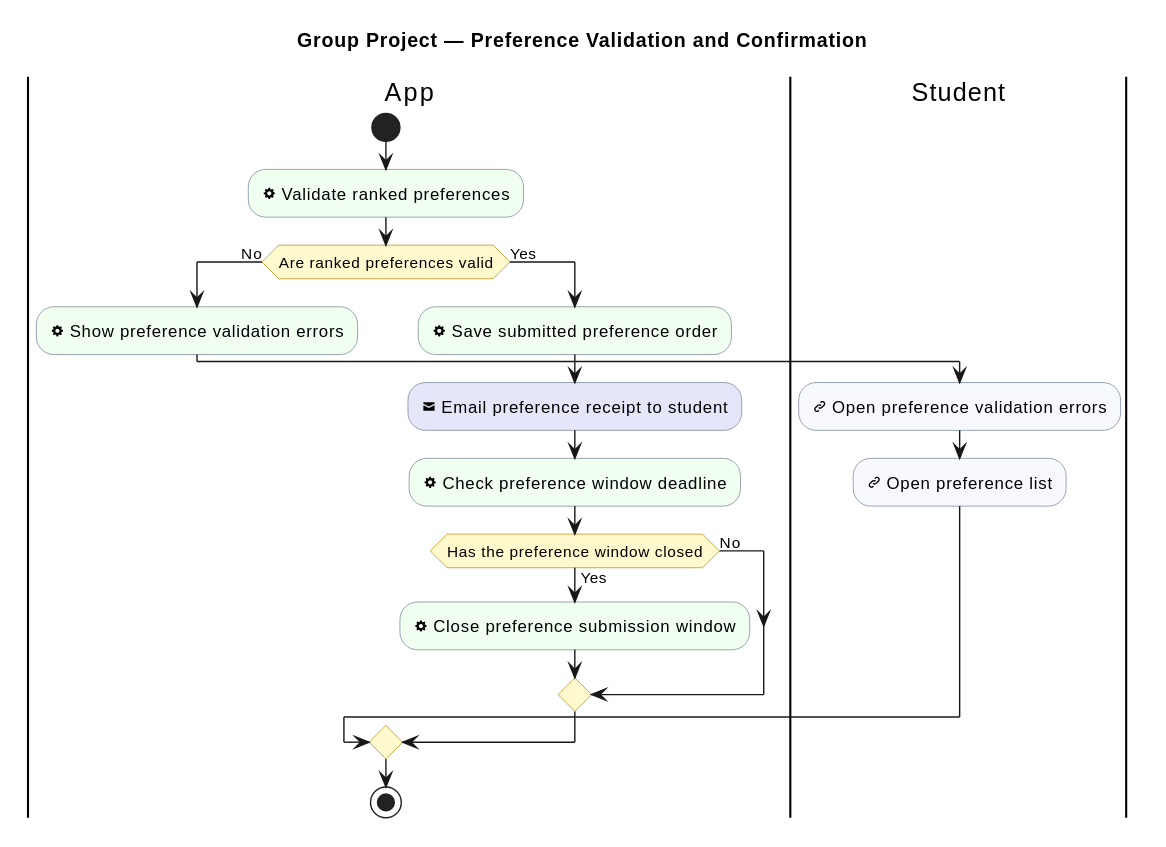
Before: industrial-placement-group-project/diagrams/group-project/preference-validation-and-confirmation.svg, a diagram exported from PlantUML (sdflkjssl/sdflkjssl.github.io).
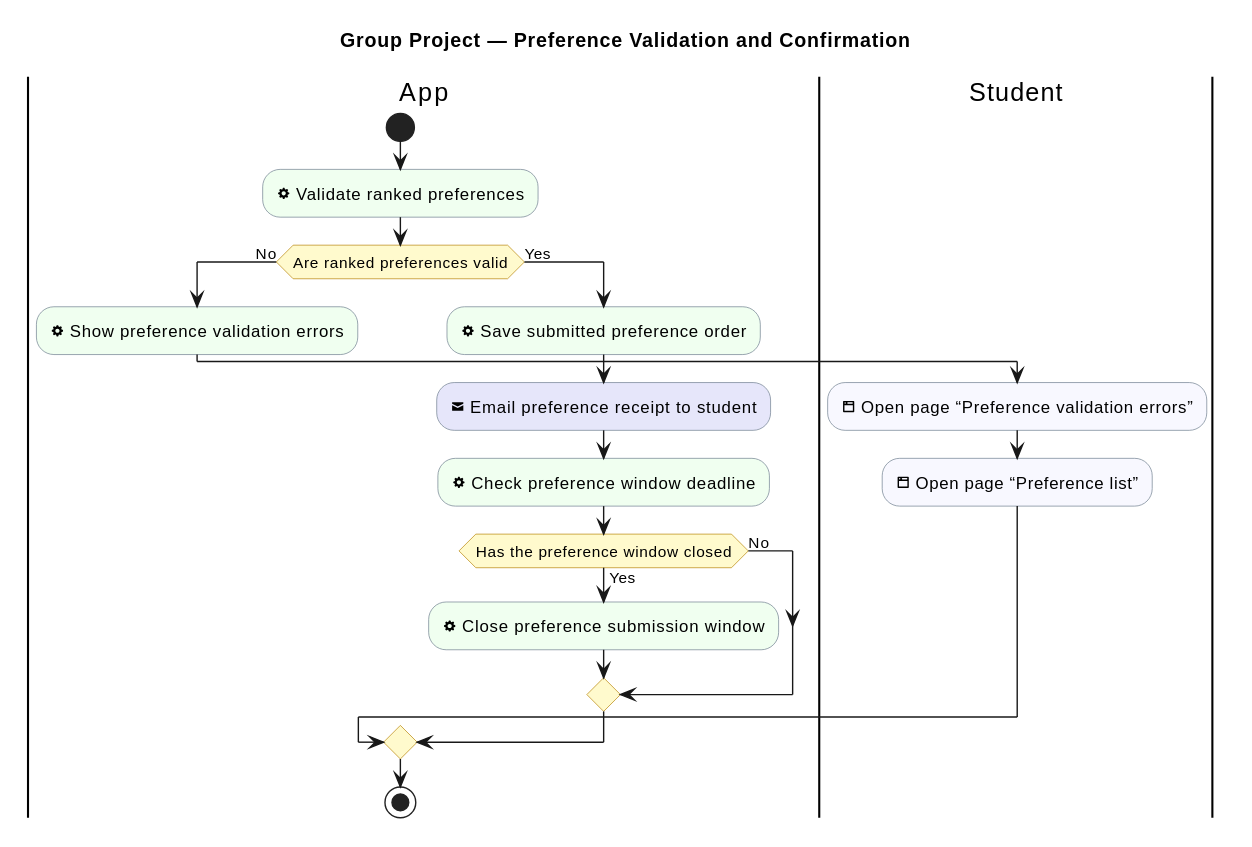
After the change.

What changed in the source:
```diff
@@ -16,8 +16,8 @@
 if (Are ranked preferences valid) then (No)
   :<&cog> Show preference validation errors; <<#HoneyDew>>
   |Student|
-  :<&link-intact> Open preference validation errors; <<#GhostWhite>>
-  :<&link-intact> Open preference list; <<#GhostWhite>>
+  :<&browser> Open page “Preference validation errors”; <<#GhostWhite>>
+  :<&browser> Open page “Preference list”; <<#GhostWhite>>
 else (Yes)
   |App|
   :<&cog> Save submitted preference order; <<#HoneyDew>>
```
